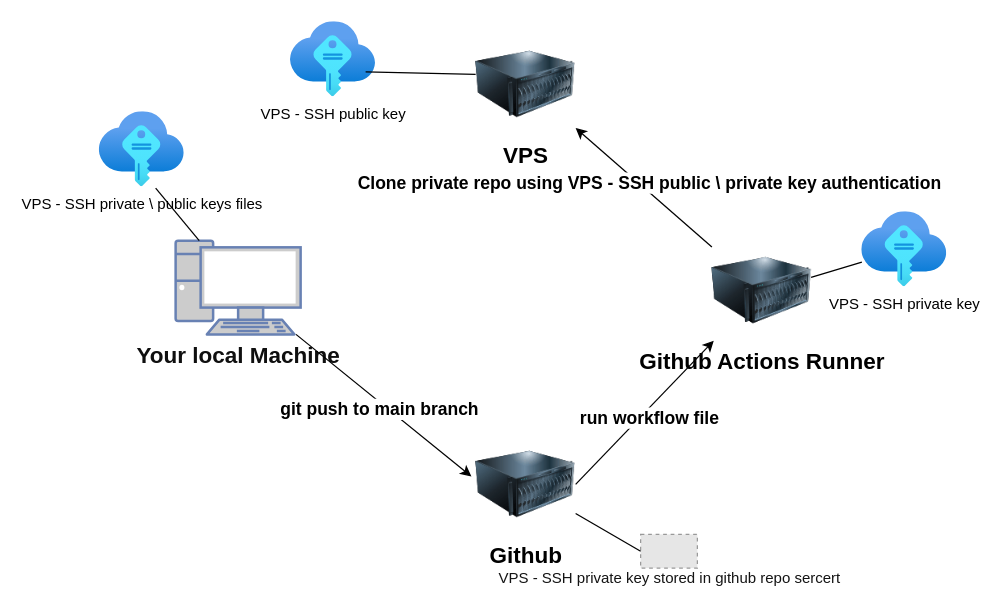
Earlier version of the draw.io diagram figs/high-level-schema.drawio (NathanKr/github-actions-simply-deploy-to-vps). Source tidied: cells renumbered, new cells numbered last; positions are measured from the earlier drawing's top-left corner, leaving out a move shared by most shapes. Both pictures are drawn from the tidied source at 125%, with x=0, y=0 at pixel (99, 21). Pictures stored in the file or linked from it are replaced by grey dashed boxes.
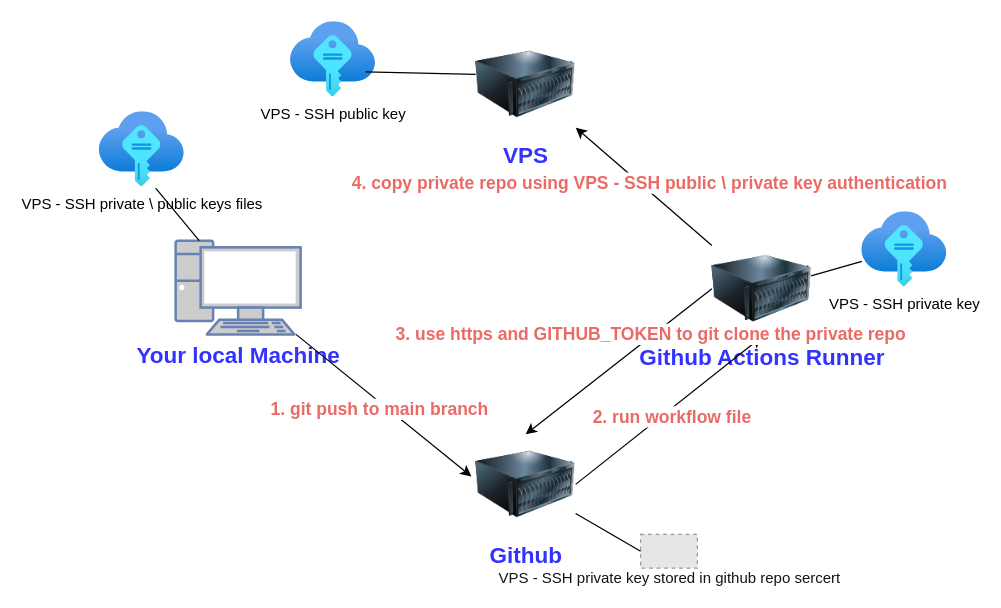
The same page after the edit.

The change refers to these unchanged cells:
```xml
<mxCell id="6" style="endArrow=classic;html=1;rounded=0;entryX=-0.042;entryY=0.421;entryDx=0;entryDy=0;entryPerimeter=0;" parent="1" edge="1" source="2" target="5">
  <mxGeometry relative="1" as="geometry" />
</mxCell>
<mxCell id="10" style="endArrow=classic;html=1;rounded=0;" parent="1" edge="1" source="3" target="4">
  <mxGeometry relative="1" as="geometry" />
</mxCell>
```

Diff of the diagram source:
```diff
@@
-    <mxCell id="2" value="&lt;font style=&quot;font-size: 18px; color: rgb(15, 15, 15);&quot;&gt;&lt;b style=&quot;&quot;&gt;Your local Machine&lt;/b&gt;&lt;/font&gt;&lt;div&gt;&lt;br&gt;&lt;/div&gt;" style="fontColor=#0066CC;verticalAlign=top;verticalLabelPosition=bottom;labelPosition=center;align=center;html=1;outlineConnect=0;fillColor=#CCCCCC;strokeColor=#6881B3;gradientColor=none;gradientDirection=north;strokeWidth=2;shape=mxgraph.networks.pc;" parent="1" vertex="1">
+    <mxCell id="2" value="&lt;font style=&quot;font-size: 18px; color: rgb(51, 51, 255);&quot;&gt;&lt;b style=&quot;&quot;&gt;Your local Machine&lt;/b&gt;&lt;/font&gt;&lt;div&gt;&lt;br&gt;&lt;/div&gt;" style="fontColor=#0066CC;verticalAlign=top;verticalLabelPosition=bottom;labelPosition=center;align=center;html=1;outlineConnect=0;fillColor=#CCCCCC;strokeColor=#6881B3;gradientColor=none;gradientDirection=north;strokeWidth=2;shape=mxgraph.networks.pc;" parent="1" vertex="1">
       <mxGeometry x="61" y="175" width="100" height="75" as="geometry" />
     </mxCell>
-    <mxCell id="3" value="&lt;font style=&quot;font-size: 18px;&quot;&gt;&lt;b style=&quot;&quot;&gt;Github Actions Runner&lt;/b&gt;&lt;/font&gt;" style="image;html=1;image=img/lib/clip_art/computers/Server_128x128.png;" parent="1" vertex="1">
-      <mxGeometry x="490" y="175" width="80" height="80" as="geometry" />
+    <mxCell id="3" value="&lt;font style=&quot;font-size: 18px; color: rgb(51, 51, 255);&quot;&gt;&lt;b style=&quot;&quot;&gt;Github Actions Runner&lt;/b&gt;&lt;/font&gt;" style="image;html=1;image=img/lib/clip_art/computers/Server_128x128.png;" parent="1" vertex="1">
+      <mxGeometry x="490" y="175" width="80" height="77" as="geometry" />
     </mxCell>
-    <mxCell id="4" value="&lt;font style=&quot;font-size: 18px;&quot;&gt;&lt;b style=&quot;&quot;&gt;VPS&lt;/b&gt;&lt;/font&gt;" style="image;html=1;image=img/lib/clip_art/computers/Server_128x128.png;" parent="1" vertex="1">
+    <mxCell id="4" value="&lt;font style=&quot;font-size: 18px; color: rgb(51, 51, 255);&quot;&gt;&lt;b style=&quot;&quot;&gt;VPS&lt;/b&gt;&lt;/font&gt;" style="image;html=1;image=img/lib/clip_art/computers/Server_128x128.png;" parent="1" vertex="1">
       <mxGeometry x="301" y="10" width="80" height="80" as="geometry" />
     </mxCell>
-    <mxCell id="5" value="&lt;font style=&quot;font-size: 18px;&quot;&gt;&lt;b style=&quot;&quot;&gt;Github&lt;/b&gt;&lt;/font&gt;" style="image;html=1;image=img/lib/clip_art/computers/Server_128x128.png;" parent="1" vertex="1">
+    <mxCell id="5" value="&lt;font style=&quot;font-size: 18px; color: rgb(51, 51, 255);&quot;&gt;&lt;b style=&quot;&quot;&gt;Github&lt;/b&gt;&lt;/font&gt;" style="image;html=1;image=img/lib/clip_art/computers/Server_128x128.png;" parent="1" vertex="1">
       <mxGeometry x="301" y="330" width="80" height="80" as="geometry" />
     </mxCell>
@@
-    <mxCell id="7" value="&lt;font style=&quot;font-size: 14px;&quot;&gt;&lt;b&gt;git push to main branch&lt;/b&gt;&lt;/font&gt;" style="edgeLabel;html=1;align=center;verticalAlign=middle;" parent="6" vertex="1">
+    <mxCell id="7" value="&lt;font style=&quot;font-size: 14px; color: rgb(234, 107, 102);&quot;&gt;&lt;b&gt;1. git push to main branch&lt;/b&gt;&lt;/font&gt;" style="edgeLabel;html=1;align=center;verticalAlign=middle;" parent="6" vertex="1">
       <mxGeometry x="-0.01" y="-5" relative="1" as="geometry" />
     </mxCell>
-    <mxCell id="8" style="endArrow=classic;html=1;rounded=0;exitX=1;exitY=0.5;exitDx=0;exitDy=0;" parent="1" edge="1" source="5" target="3">
+    <mxCell id="8" style="endArrow=classic;html=1;rounded=0;exitX=1;exitY=0.5;exitDx=0;exitDy=0;entryX=0.5;entryY=1;entryDx=0;entryDy=0;" parent="1" edge="1" source="5" target="3">
       <mxGeometry relative="1" as="geometry" />
     </mxCell>
-    <mxCell id="9" value="&lt;font style=&quot;font-size: 14px;&quot;&gt;&lt;b&gt;run workflow file&lt;/b&gt;&lt;/font&gt;" style="edgeLabel;html=1;align=center;verticalAlign=middle;" parent="8" vertex="1">
+    <mxCell id="9" value="&lt;font style=&quot;font-size: 14px; color: rgb(234, 107, 102);&quot;&gt;&lt;b&gt;2. run workflow file&lt;/b&gt;&lt;/font&gt;" style="edgeLabel;html=1;align=center;verticalAlign=middle;" parent="8" vertex="1">
       <mxGeometry x="-0.01" y="-5" relative="1" as="geometry" />
     </mxCell>
@@
-    <mxCell id="11" value="&lt;font style=&quot;font-size: 14px;&quot;&gt;&lt;b&gt;Clone private repo using VPS - SSH public \ private key authentication&lt;/b&gt;&lt;/font&gt;" style="edgeLabel;html=1;align=center;verticalAlign=middle;" parent="10" vertex="1">
+    <mxCell id="11" value="&lt;font style=&quot;font-size: 14px; color: rgb(234, 107, 102);&quot;&gt;&lt;b&gt;4. copy private repo using VPS - SSH public \ private key authentication&lt;/b&gt;&lt;/font&gt;" style="edgeLabel;html=1;align=center;verticalAlign=middle;" parent="10" vertex="1">
       <mxGeometry x="-0.01" y="-5" relative="1" as="geometry" />
     </mxCell>
@@
+    <mxCell id="20" style="endArrow=classic;html=1;rounded=0;exitX=0;exitY=0.5;exitDx=0;exitDy=0;entryX=0.5;entryY=0;entryDx=0;entryDy=0;" parent="1" edge="1" source="3" target="5">
+      <mxGeometry relative="1" as="geometry" />
+    </mxCell>
+    <mxCell id="21" value="&lt;font style=&quot;font-size: 14px; color: rgb(234, 107, 102);&quot;&gt;&lt;b style=&quot;&quot;&gt;3. use https and GITHUB_TOKEN to git clone the private repo&lt;/b&gt;&lt;/font&gt;" style="edgeLabel;html=1;align=center;verticalAlign=middle;" parent="20" vertex="1">
+      <mxGeometry x="-0.36" y="-2" relative="1" as="geometry" />
+    </mxCell>
```
